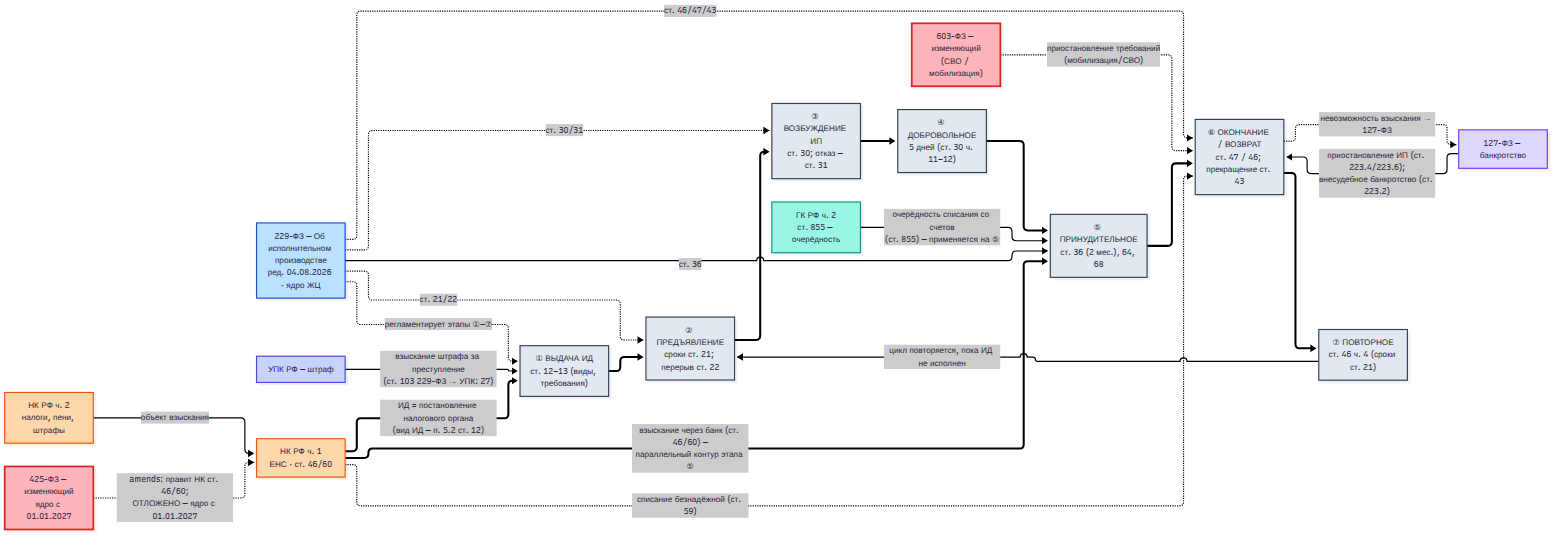
The Mermaid diagram Fedor_ФЗ_и_ЖЦ_ИД.png in nasledstvo2026/Phoenix, before a commit. Its source is kept beside it as Fedor_ФЗ_и_ЖЦ_ИД.mmd.
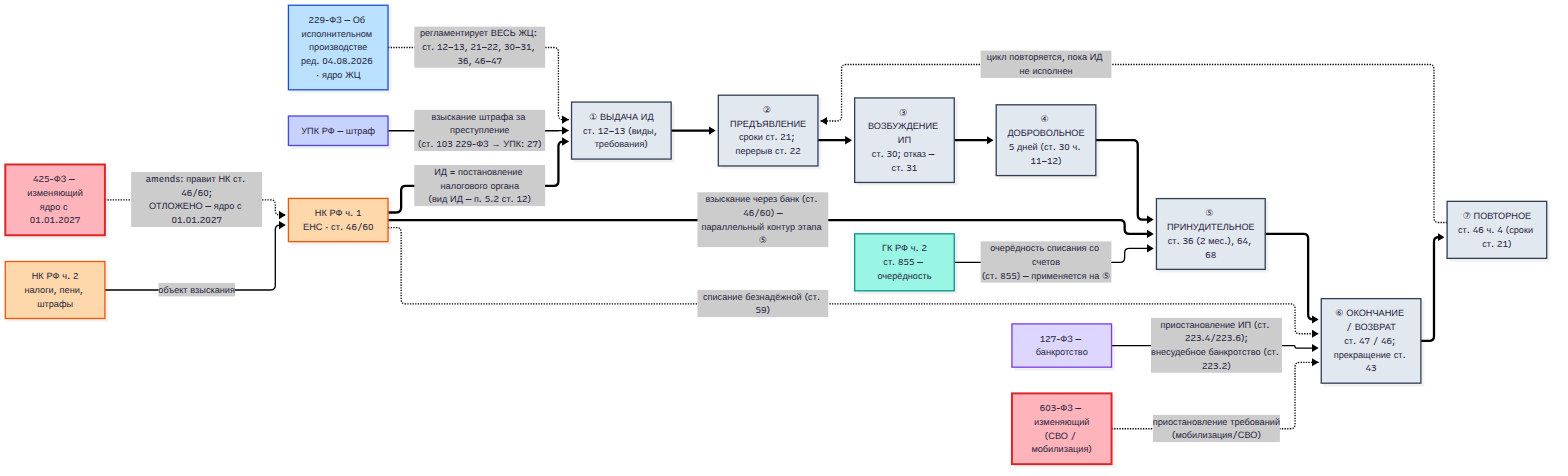
After the change.

Commit message:
Схема ФЗ+ЖЦ ИД: убраны лишние пересечения (229-ФЗ — одно ребро)

Diff of the diagram source:
```diff
@@ -19,11 +19,7 @@
     FZ127["127-ФЗ — банкротство"]:::bk
     FZ603["603-ФЗ — изменяющий<br/>(СВО / мобилизация)"]:::prof
 
-    FZ229 -.->|"регламентирует этапы ①–⑦"| L1
-    FZ229 -.->|"ст. 21/22"| L2
-    FZ229 -.->|"ст. 30/31"| L3
-    FZ229 -.->|"ст. 36"| L5
-    FZ229 -.->|"ст. 46/47/43"| L6
+    FZ229 -.->|"регламентирует ВЕСЬ ЖЦ: ст. 12–13, 21–22, 30–31, 36, 46–47"| L1
 
     NK1 ==>|"ИД = постановление налогового органа<br/>(вид ИД — п. 5.2 ст. 12)"| L1
     NK1 ==>|"взыскание через банк (ст. 46/60) —<br/>параллельный контур этапа ⑤"| L5
@@ -35,7 +31,6 @@
     GK2 -->|"очерёдность списания со счетов<br/>(ст. 855) — применяется на ⑤"| L5
     FZ127 -->|"приостановление ИП (ст. 223.4/223.6);<br/>внесудебное банкротство (ст. 223.2)"| L6
     FZ603 -.->|"приостановление требований<br/>(мобилизация/СВО)"| L6
-    L6 -.->|"невозможность взыскания → 127-ФЗ"| FZ127
 
     classDef ip fill:#bae1ff,stroke:#1d4ed8,stroke-width:2px
     classDef prof fill:#ffb3ba,stroke:#dc2626,stroke-width:3px
```
